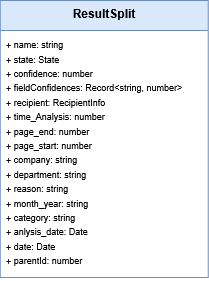
Above: PB/SPECIFICA TECNICA/ImmaginiSpecificaTecnica/Frontend/resultsplit.drawio.png in BugBustersUnipd/DocumentazioneSWE (draw.io), before the change. Source tidied: cells renumbered, new cells last; positions are measured from the earlier drawing's top-left corner, leaving out a move shared by most shapes.
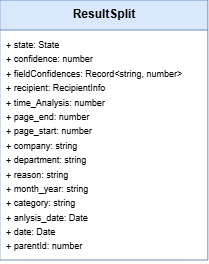
Later version of the same file.

The edit, as a diff of the source:
```diff
@@ -3,10 +3,10 @@
     <mxCell id="0" />
     <mxCell id="1" parent="0" />
     <mxCell id="2" value="ResultSplit&lt;div&gt;&lt;br&gt;&lt;/div&gt;" style="swimlane;fontStyle=1;align=center;verticalAlign=top;horizontal=1;startSize=30;whiteSpace=wrap;html=1;labelBackgroundColor=none;fillColor=light-dark(#DAE8FC,#007FFF);strokeColor=#6c8ebf;" parent="1" vertex="1">
-      <mxGeometry x="-0.2" width="208" height="277" as="geometry" />
+      <mxGeometry x="-0.2" width="208" height="260" as="geometry" />
     </mxCell>
-    <mxCell id="3" value="&lt;font style=&quot;font-size: 9px;&quot;&gt;+ name: string&lt;/font&gt;&lt;div&gt;&lt;font style=&quot;font-size: 9px;&quot;&gt;&lt;span style=&quot;background-color: transparent; color: light-dark(rgb(0, 0, 0), rgb(255, 255, 255));&quot;&gt;+ state: State&lt;/span&gt;&lt;/font&gt;&lt;div&gt;&lt;font style=&quot;font-size: 9px;&quot;&gt;+ confidence: number&lt;/font&gt;&lt;/div&gt;&lt;div&gt;&lt;font style=&quot;font-size: 9px;&quot;&gt;+ fieldConfidences: Record&amp;lt;string, number&amp;gt;&lt;/font&gt;&lt;/div&gt;&lt;div&gt;&lt;font style=&quot;font-size: 9px;&quot;&gt;+ recipient: RecipientInfo&lt;/font&gt;&lt;/div&gt;&lt;div&gt;&lt;font style=&quot;font-size: 9px;&quot;&gt;+ time_Analysis: number&lt;/font&gt;&lt;/div&gt;&lt;div&gt;&lt;font style=&quot;font-size: 9px;&quot;&gt;+ page_end: number&lt;/font&gt;&lt;/div&gt;&lt;div&gt;&lt;font style=&quot;font-size: 9px;&quot;&gt;+ page_start: number&lt;/font&gt;&lt;/div&gt;&lt;div&gt;&lt;font style=&quot;font-size: 9px;&quot;&gt;+ company: string&lt;/font&gt;&lt;/div&gt;&lt;div&gt;&lt;font style=&quot;font-size: 9px;&quot;&gt;+ department: string&lt;/font&gt;&lt;/div&gt;&lt;div&gt;&lt;font style=&quot;font-size: 9px;&quot;&gt;+ reason: string&lt;/font&gt;&lt;/div&gt;&lt;div&gt;&lt;font style=&quot;font-size: 9px;&quot;&gt;+ month_year: string&lt;/font&gt;&lt;/div&gt;&lt;div&gt;&lt;font style=&quot;font-size: 9px;&quot;&gt;+ category: string&lt;/font&gt;&lt;/div&gt;&lt;div&gt;&lt;font style=&quot;font-size: 9px;&quot;&gt;+ anlysis_date: Date&lt;/font&gt;&lt;/div&gt;&lt;div&gt;&lt;font style=&quot;font-size: 9px;&quot;&gt;+ date: Date&lt;/font&gt;&lt;/div&gt;&lt;div&gt;&lt;font style=&quot;font-size: 9px;&quot;&gt;+ parentId: number&lt;/font&gt;&lt;/div&gt;&lt;/div&gt;" style="text;strokeColor=none;fillColor=none;align=left;verticalAlign=top;spacingLeft=4;spacingRight=4;overflow=hidden;whiteSpace=wrap;html=1;labelBackgroundColor=none;" parent="2" vertex="1">
-      <mxGeometry y="30" width="208" height="247" as="geometry" />
+    <mxCell id="3" value="&lt;div&gt;&lt;font style=&quot;font-size: 9px;&quot;&gt;&lt;span style=&quot;background-color: transparent; color: light-dark(rgb(0, 0, 0), rgb(255, 255, 255));&quot;&gt;+ state: State&lt;/span&gt;&lt;/font&gt;&lt;div&gt;&lt;font style=&quot;font-size: 9px;&quot;&gt;+ confidence: number&lt;/font&gt;&lt;/div&gt;&lt;div&gt;&lt;font style=&quot;font-size: 9px;&quot;&gt;+ fieldConfidences: Record&amp;lt;string, number&amp;gt;&lt;/font&gt;&lt;/div&gt;&lt;div&gt;&lt;font style=&quot;font-size: 9px;&quot;&gt;+ recipient: RecipientInfo&lt;/font&gt;&lt;/div&gt;&lt;div&gt;&lt;font style=&quot;font-size: 9px;&quot;&gt;+ time_Analysis: number&lt;/font&gt;&lt;/div&gt;&lt;div&gt;&lt;font style=&quot;font-size: 9px;&quot;&gt;+ page_end: number&lt;/font&gt;&lt;/div&gt;&lt;div&gt;&lt;font style=&quot;font-size: 9px;&quot;&gt;+ page_start: number&lt;/font&gt;&lt;/div&gt;&lt;div&gt;&lt;font style=&quot;font-size: 9px;&quot;&gt;+ company: string&lt;/font&gt;&lt;/div&gt;&lt;div&gt;&lt;font style=&quot;font-size: 9px;&quot;&gt;+ department: string&lt;/font&gt;&lt;/div&gt;&lt;div&gt;&lt;font style=&quot;font-size: 9px;&quot;&gt;+ reason: string&lt;/font&gt;&lt;/div&gt;&lt;div&gt;&lt;font style=&quot;font-size: 9px;&quot;&gt;+ month_year: string&lt;/font&gt;&lt;/div&gt;&lt;div&gt;&lt;font style=&quot;font-size: 9px;&quot;&gt;+ category: string&lt;/font&gt;&lt;/div&gt;&lt;div&gt;&lt;font style=&quot;font-size: 9px;&quot;&gt;+ anlysis_date: Date&lt;/font&gt;&lt;/div&gt;&lt;div&gt;&lt;font style=&quot;font-size: 9px;&quot;&gt;+ date: Date&lt;/font&gt;&lt;/div&gt;&lt;div&gt;&lt;font style=&quot;font-size: 9px;&quot;&gt;+ parentId: number&lt;/font&gt;&lt;/div&gt;&lt;/div&gt;" style="text;strokeColor=none;fillColor=none;align=left;verticalAlign=top;spacingLeft=4;spacingRight=4;overflow=hidden;whiteSpace=wrap;html=1;labelBackgroundColor=none;" parent="2" vertex="1">
+      <mxGeometry y="30" width="208" height="230" as="geometry" />
     </mxCell>
   </root>
 </mxGraphModel>
```
